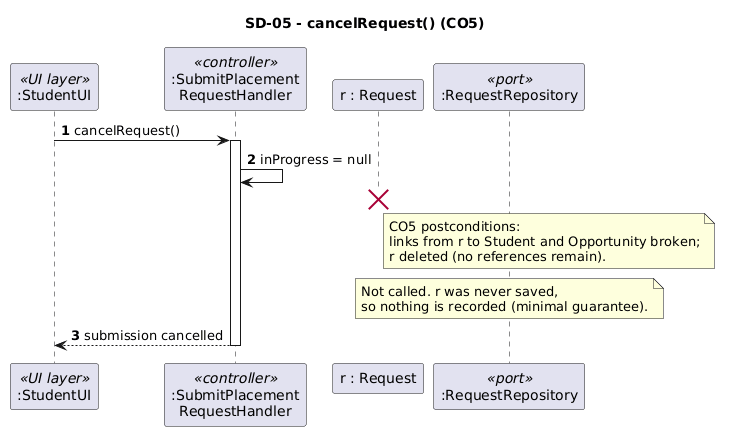
This is CA2/diagrams/UC01-SD-05-cancelRequest.png from dan-1379/OOAD-CA1-Analysis, a PlantUML export, as it was before one commit. Its diagram source:
```plantuml
@startuml
title SD-05 - cancelRequest() (CO5)

skinparam sequenceMessageAlign left
autonumber

participant ":StudentUI" as UI <<UI layer>>
participant ":SubmitPlacement\nRequestHandler" as H <<controller>>
participant "r : Request" as R
participant ":RequestRepository" as RR <<port>>

UI -> H : cancelRequest()
activate H
H -> H : inProgress = null
destroy R
note right of R
  CO5 postconditions:
  links from r to Student and Opportunity broken;
  r deleted (no references remain).
end note
note over RR
  Not called. r was never saved,
  so nothing is recorded (minimal guarantee).
end note
H --> UI : submission cancelled
deactivate H
@enduml
```
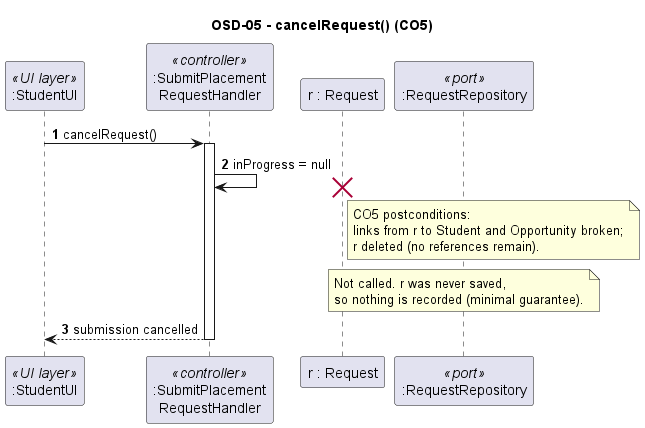
Later version of the same file.

Diff of the diagram source:
```diff
@@ -1,5 +1,5 @@
-@startuml
-title SD-05 - cancelRequest() (CO5)
+@startuml sd-05-cancel-request
+title OSD-05 - cancelRequest() (CO5)
 
 skinparam sequenceMessageAlign left
 autonumber
```
